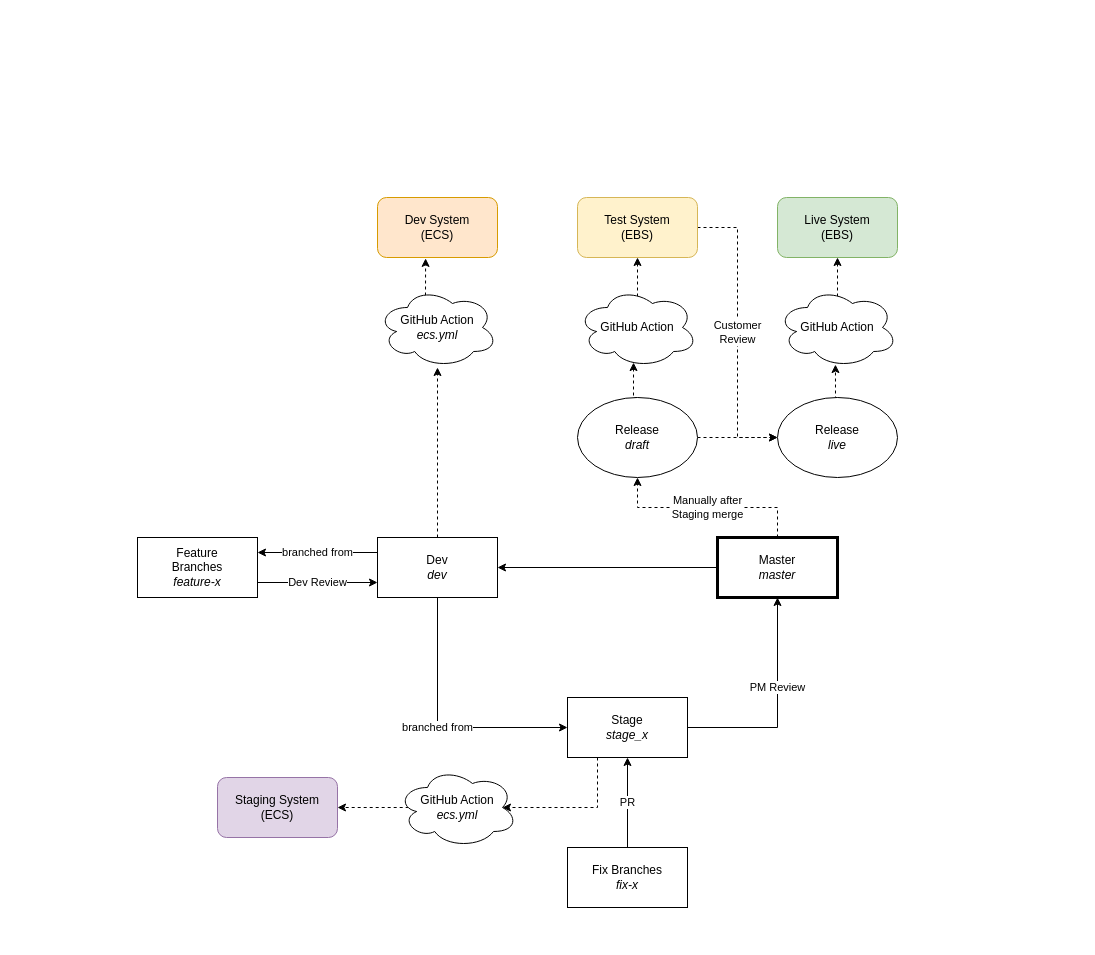
Earlier version of the draw.io diagram docs/Flox.drawio (polygon-software/flox). Source tidied: cells renumbered, new cells numbered last; positions are measured from the earlier drawing's top-left corner, leaving out a move shared by most shapes. Both pictures are drawn from the tidied source at 100%, with x=0, y=0 at pixel (137, 197).
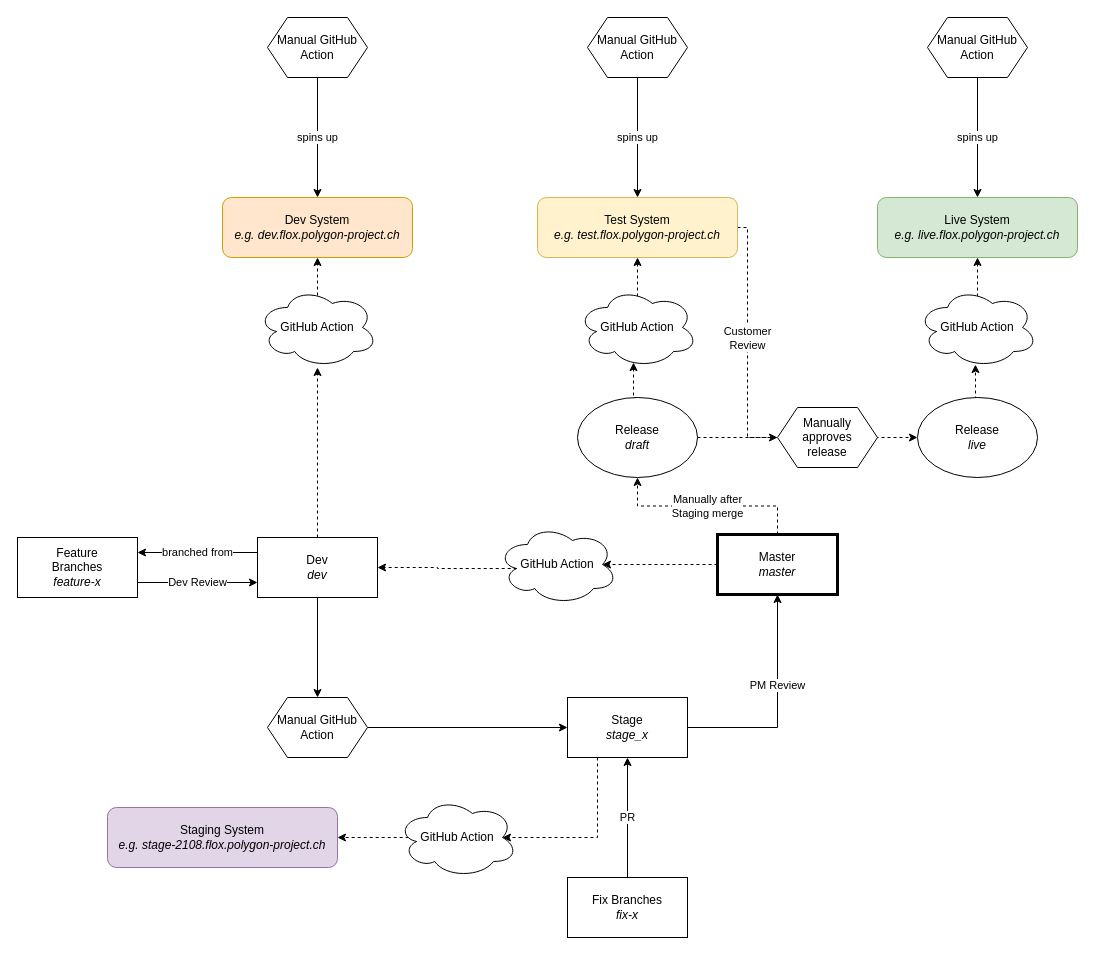
The same page after the edit.

Unchanged cells that the change refers to:
```xml
<mxCell id="8" value="Stage&lt;br&gt;&lt;i&gt;stage_x&lt;/i&gt;" style="rounded=0;whiteSpace=wrap;html=1;" parent="1" vertex="1">
  <mxGeometry x="430" y="500" width="120" height="60" as="geometry" />
</mxCell>
<mxCell id="21" value="Release&lt;br&gt;&lt;i&gt;draft&lt;/i&gt;" style="ellipse;whiteSpace=wrap;html=1;labelBackgroundColor=none;strokeWidth=1;gradientColor=none;" parent="1" vertex="1">
  <mxGeometry x="440" y="200" width="120" height="80" as="geometry" />
</mxCell>
```

Diff of the diagram source:
```diff
@@
-    <mxCell id="2" value="branched from" style="edgeStyle=orthogonalEdgeStyle;rounded=0;jettySize=auto;html=1;exitX=0.5;exitY=1;exitDx=0;exitDy=0;entryX=0;entryY=0.5;entryDx=0;entryDy=0;" parent="1" edge="1" source="5" target="8">
-      <mxGeometry relative="1" as="geometry" />
-    </mxCell>
@@
+    <mxCell id="34" style="edgeStyle=orthogonalEdgeStyle;rounded=0;jettySize=auto;html=1;" parent="1" edge="1" source="5" target="39">
+      <mxGeometry relative="1" as="geometry" />
+    </mxCell>
     <mxCell id="5" value="Dev&lt;br&gt;&lt;i&gt;dev&lt;/i&gt;" style="rounded=0;whiteSpace=wrap;html=1;" parent="1" vertex="1">
-      <mxGeometry x="240" y="340" width="120" height="60" as="geometry" />
+      <mxGeometry x="120" y="340" width="120" height="60" as="geometry" />
     </mxCell>
@@
     <mxCell id="7" style="edgeStyle=orthogonalEdgeStyle;rounded=0;jettySize=auto;html=1;exitX=0.25;exitY=1;exitDx=0;exitDy=0;entryX=0.875;entryY=0.5;entryDx=0;entryDy=0;entryPerimeter=0;dashed=1;" parent="1" edge="1" source="8" target="30">
       <mxGeometry relative="1" as="geometry">
         <Array as="points">
-          <mxPoint x="460" y="610" />
+          <mxPoint x="460" y="640" />
         </Array>
       </mxGeometry>
     </mxCell>
@@
-    <mxCell id="9" style="edgeStyle=orthogonalEdgeStyle;rounded=0;jettySize=auto;html=1;exitX=0;exitY=0.5;exitDx=0;exitDy=0;entryX=1;entryY=0.5;entryDx=0;entryDy=0;" parent="1" edge="1" source="11" target="5">
-      <mxGeometry relative="1" as="geometry" />
-    </mxCell>
@@
+    <mxCell id="35" style="edgeStyle=orthogonalEdgeStyle;rounded=0;jettySize=auto;html=1;exitX=0;exitY=0.5;exitDx=0;exitDy=0;entryX=0.875;entryY=0.5;entryDx=0;entryDy=0;entryPerimeter=0;dashed=1;" parent="1" edge="1" source="11" target="37">
+      <mxGeometry relative="1" as="geometry" />
+    </mxCell>
     <mxCell id="11" value="Master&lt;br&gt;&lt;i&gt;master&lt;/i&gt;" style="rounded=0;whiteSpace=wrap;html=1;gradientColor=none;strokeWidth=3;" parent="1" vertex="1">
-      <mxGeometry x="580" y="340" width="120" height="60" as="geometry" />
+      <mxGeometry x="580" y="337" width="120" height="60" as="geometry" />
     </mxCell>
@@
     <mxCell id="13" value="Feature&lt;br&gt;Branches&lt;br&gt;&lt;i&gt;feature-x&lt;/i&gt;" style="rounded=0;whiteSpace=wrap;html=1;strokeWidth=1;gradientColor=none;" parent="1" vertex="1">
-      <mxGeometry y="340" width="120" height="60" as="geometry" />
+      <mxGeometry x="-120" y="340" width="120" height="60" as="geometry" />
     </mxCell>
@@
     <mxCell id="15" value="Fix Branches&lt;br&gt;&lt;i&gt;fix-x&lt;/i&gt;" style="rounded=0;whiteSpace=wrap;html=1;strokeWidth=1;gradientColor=none;" parent="1" vertex="1">
-      <mxGeometry x="430" y="650" width="120" height="60" as="geometry" />
+      <mxGeometry x="430" y="680" width="120" height="60" as="geometry" />
     </mxCell>
-    <mxCell id="16" value="Live System&lt;br&gt;(EBS)" style="rounded=1;whiteSpace=wrap;html=1;strokeWidth=1;fillColor=#d5e8d4;strokeColor=#82b366;" parent="1" vertex="1">
-      <mxGeometry x="640" width="120" height="60" as="geometry" />
+    <mxCell id="16" value="Live System&lt;br&gt;&lt;i&gt;e.g. live.flox.polygon-project.ch&lt;/i&gt;" style="rounded=1;whiteSpace=wrap;html=1;strokeWidth=1;fillColor=#d5e8d4;strokeColor=#82b366;" parent="1" vertex="1">
+      <mxGeometry x="740" width="200" height="60" as="geometry" />
     </mxCell>
     <mxCell id="17" value="Customer&lt;br&gt;Review" style="edgeStyle=orthogonalEdgeStyle;rounded=0;jettySize=auto;html=1;exitX=1;exitY=0.5;exitDx=0;exitDy=0;entryX=0;entryY=0.5;entryDx=0;entryDy=0;dashed=1;" parent="1" edge="1" source="18" target="23">
-      <mxGeometry relative="1" as="geometry" />
+      <mxGeometry x="-0.38" relative="1" as="geometry">
+        <Array as="points">
+          <mxPoint x="610" y="30" />
+          <mxPoint x="610" y="240" />
+        </Array>
+      </mxGeometry>
     </mxCell>
-    <mxCell id="18" value="Test System&lt;br&gt;(EBS)" style="rounded=1;whiteSpace=wrap;html=1;strokeWidth=1;fillColor=#fff2cc;strokeColor=#d6b656;" parent="1" vertex="1">
-      <mxGeometry x="440" width="120" height="60" as="geometry" />
+    <mxCell id="18" value="Test System&lt;br&gt;&lt;i&gt;e.g. test.flox.polygon-project.ch&lt;/i&gt;" style="rounded=1;whiteSpace=wrap;html=1;strokeWidth=1;fillColor=#fff2cc;strokeColor=#d6b656;" parent="1" vertex="1">
+      <mxGeometry x="400" width="200" height="60" as="geometry" />
     </mxCell>
-    <mxCell id="19" style="edgeStyle=orthogonalEdgeStyle;rounded=0;jettySize=auto;html=1;exitX=1;exitY=0.5;exitDx=0;exitDy=0;dashed=1;" parent="1" edge="1" source="21" target="23">
+    <mxCell id="19" style="edgeStyle=orthogonalEdgeStyle;rounded=0;jettySize=auto;html=1;exitX=1;exitY=0.5;exitDx=0;exitDy=0;dashed=1;entryX=0;entryY=0.5;entryDx=0;entryDy=0;" parent="1" edge="1" source="21" target="46">
       <mxGeometry relative="1" as="geometry" />
     </mxCell>
@@
     <mxCell id="23" value="Release&lt;br&gt;&lt;i&gt;live&lt;br&gt;&lt;/i&gt;" style="ellipse;whiteSpace=wrap;html=1;labelBackgroundColor=none;strokeWidth=1;gradientColor=none;" parent="1" vertex="1">
-      <mxGeometry x="640" y="200" width="120" height="80" as="geometry" />
+      <mxGeometry x="780" y="200" width="120" height="80" as="geometry" />
     </mxCell>
@@
     <mxCell id="26" style="edgeStyle=orthogonalEdgeStyle;rounded=0;jettySize=auto;html=1;exitX=0.625;exitY=0.2;exitDx=0;exitDy=0;exitPerimeter=0;dashed=1;" parent="1" edge="1" source="27" target="16">
       <mxGeometry relative="1" as="geometry">
         <Array as="points">
-          <mxPoint x="700" y="116" />
+          <mxPoint x="840" y="116" />
         </Array>
       </mxGeometry>
     </mxCell>
     <mxCell id="27" value="GitHub Action" style="ellipse;shape=cloud;whiteSpace=wrap;html=1;labelBackgroundColor=none;strokeWidth=1;gradientColor=none;" parent="1" vertex="1">
-      <mxGeometry x="640" y="90" width="120" height="80" as="geometry" />
+      <mxGeometry x="780" y="90" width="120" height="80" as="geometry" />
     </mxCell>
-    <mxCell id="28" value="Staging System&lt;br&gt;(ECS)" style="rounded=1;whiteSpace=wrap;html=1;strokeWidth=1;fillColor=#e1d5e7;strokeColor=#9673a6;" parent="1" vertex="1">
-      <mxGeometry x="80" y="580" width="120" height="60" as="geometry" />
+    <mxCell id="28" value="Staging System&lt;br&gt;&lt;i&gt;e.g. stage-2108.flox.polygon-project.ch&lt;/i&gt;" style="rounded=1;whiteSpace=wrap;html=1;strokeWidth=1;fillColor=#e1d5e7;strokeColor=#9673a6;" parent="1" vertex="1">
+      <mxGeometry x="-30" y="610" width="230" height="60" as="geometry" />
     </mxCell>
     <mxCell id="29" style="edgeStyle=orthogonalEdgeStyle;rounded=0;jettySize=auto;html=1;exitX=0.16;exitY=0.55;exitDx=0;exitDy=0;exitPerimeter=0;dashed=1;" parent="1" edge="1" source="30" target="28">
       <mxGeometry relative="1" as="geometry">
         <Array as="points">
-          <mxPoint x="279" y="610" />
+          <mxPoint x="279" y="640" />
         </Array>
       </mxGeometry>
     </mxCell>
-    <mxCell id="30" value="GitHub Action&lt;br&gt;&lt;i&gt;ecs.yml&lt;/i&gt;" style="ellipse;shape=cloud;whiteSpace=wrap;html=1;labelBackgroundColor=none;strokeWidth=1;gradientColor=none;" parent="1" vertex="1">
-      <mxGeometry x="260" y="570" width="120" height="80" as="geometry" />
+    <mxCell id="30" value="GitHub Action" style="ellipse;shape=cloud;whiteSpace=wrap;html=1;labelBackgroundColor=none;strokeWidth=1;gradientColor=none;" parent="1" vertex="1">
+      <mxGeometry x="260" y="600" width="120" height="80" as="geometry" />
     </mxCell>
-    <mxCell id="31" value="Dev System&lt;br&gt;(ECS)" style="rounded=1;whiteSpace=wrap;html=1;strokeWidth=1;fillColor=#ffe6cc;strokeColor=#d79b00;" parent="1" vertex="1">
-      <mxGeometry x="240" width="120" height="60" as="geometry" />
+    <mxCell id="31" value="Dev System&lt;br&gt;&lt;i&gt;e.g. dev.flox.polygon-project.ch&lt;/i&gt;" style="rounded=1;whiteSpace=wrap;html=1;strokeWidth=1;fillColor=#ffe6cc;strokeColor=#d79b00;" parent="1" vertex="1">
+      <mxGeometry x="85" width="190" height="60" as="geometry" />
     </mxCell>
-    <mxCell id="32" style="edgeStyle=orthogonalEdgeStyle;rounded=0;jettySize=auto;html=1;exitX=0.4;exitY=0.1;exitDx=0;exitDy=0;exitPerimeter=0;entryX=0.401;entryY=1.015;entryDx=0;entryDy=0;entryPerimeter=0;dashed=1;" parent="1" edge="1" source="33" target="31">
-      <mxGeometry relative="1" as="geometry" />
+    <mxCell id="32" style="edgeStyle=orthogonalEdgeStyle;rounded=0;jettySize=auto;html=1;exitX=0.4;exitY=0.1;exitDx=0;exitDy=0;exitPerimeter=0;entryX=0.5;entryY=1;entryDx=0;entryDy=0;dashed=1;" parent="1" edge="1" source="33" target="31">
+      <mxGeometry relative="1" as="geometry">
+        <Array as="points">
+          <mxPoint x="180" y="98" />
+        </Array>
+      </mxGeometry>
     </mxCell>
-    <mxCell id="33" value="GitHub Action&lt;br&gt;&lt;i&gt;ecs.yml&lt;/i&gt;" style="ellipse;shape=cloud;whiteSpace=wrap;html=1;labelBackgroundColor=none;strokeWidth=1;gradientColor=none;" parent="1" vertex="1">
-      <mxGeometry x="240" y="90" width="120" height="80" as="geometry" />
+    <mxCell id="33" value="GitHub Action" style="ellipse;shape=cloud;whiteSpace=wrap;html=1;labelBackgroundColor=none;strokeWidth=1;gradientColor=none;" parent="1" vertex="1">
+      <mxGeometry x="120" y="90" width="120" height="80" as="geometry" />
     </mxCell>
+    <mxCell id="36" style="edgeStyle=orthogonalEdgeStyle;rounded=0;jettySize=auto;html=1;exitX=0.16;exitY=0.55;exitDx=0;exitDy=0;exitPerimeter=0;dashed=1;" parent="1" edge="1" source="37" target="5">
+      <mxGeometry relative="1" as="geometry" />
+    </mxCell>
+    <mxCell id="37" value="GitHub Action" style="ellipse;shape=cloud;whiteSpace=wrap;html=1;labelBackgroundColor=none;strokeWidth=1;gradientColor=none;" parent="1" vertex="1">
+      <mxGeometry x="360" y="327" width="120" height="80" as="geometry" />
+    </mxCell>
+    <mxCell id="38" style="edgeStyle=orthogonalEdgeStyle;rounded=0;jettySize=auto;html=1;" parent="1" edge="1" source="39" target="8">
+      <mxGeometry relative="1" as="geometry" />
+    </mxCell>
+    <mxCell id="39" value="Manual GitHub Action" style="shape=hexagon;perimeter=hexagonPerimeter2;whiteSpace=wrap;html=1;fixedSize=1;" parent="1" vertex="1">
+      <mxGeometry x="130" y="500" width="100" height="60" as="geometry" />
+    </mxCell>
+    <mxCell id="40" value="spins up" style="edgeStyle=orthogonalEdgeStyle;rounded=0;jettySize=auto;html=1;entryX=0.5;entryY=0;entryDx=0;entryDy=0;" parent="1" edge="1" source="41" target="31">
+      <mxGeometry relative="1" as="geometry" />
+    </mxCell>
+    <mxCell id="41" value="Manual GitHub Action" style="shape=hexagon;perimeter=hexagonPerimeter2;whiteSpace=wrap;html=1;fixedSize=1;" parent="1" vertex="1">
+      <mxGeometry x="130" y="-180" width="100" height="60" as="geometry" />
+    </mxCell>
+    <mxCell id="42" value="spins up" style="edgeStyle=orthogonalEdgeStyle;rounded=0;jettySize=auto;html=1;" parent="1" edge="1" source="43" target="18">
+      <mxGeometry relative="1" as="geometry" />
+    </mxCell>
+    <mxCell id="43" value="Manual GitHub Action" style="shape=hexagon;perimeter=hexagonPerimeter2;whiteSpace=wrap;html=1;fixedSize=1;" parent="1" vertex="1">
+      <mxGeometry x="450" y="-180" width="100" height="60" as="geometry" />
+    </mxCell>
+    <mxCell id="44" value="spins up" style="edgeStyle=orthogonalEdgeStyle;rounded=0;jettySize=auto;html=1;entryX=0.5;entryY=0;entryDx=0;entryDy=0;" parent="1" edge="1" source="45" target="16">
+      <mxGeometry relative="1" as="geometry" />
+    </mxCell>
+    <mxCell id="45" value="Manual GitHub Action" style="shape=hexagon;perimeter=hexagonPerimeter2;whiteSpace=wrap;html=1;fixedSize=1;" parent="1" vertex="1">
+      <mxGeometry x="790" y="-180" width="100" height="60" as="geometry" />
+    </mxCell>
+    <mxCell id="46" value="Manually approves&lt;br&gt;release" style="shape=hexagon;perimeter=hexagonPerimeter2;whiteSpace=wrap;html=1;fixedSize=1;" parent="1" vertex="1">
+      <mxGeometry x="640" y="210" width="100" height="60" as="geometry" />
+    </mxCell>
```
